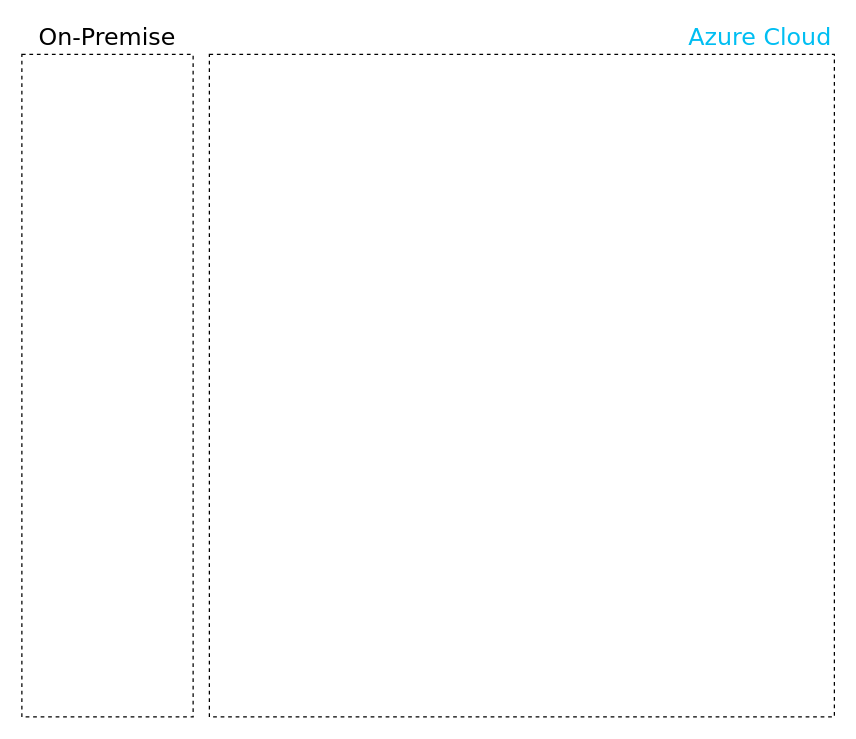
The draw.io diagram Diagrama sem nome.drawio in brunomrusso/big-data-pipeline-ingestion, before the edit. Source tidied: cells renumbered, new cells numbered last; positions are measured from the earlier drawing's top-left corner, leaving out a move shared by most shapes. Both pictures are drawn from the tidied source at 125%, with x=0, y=0 at pixel (21, 54). Pictures stored in the file or linked from it are replaced by grey dashed boxes.
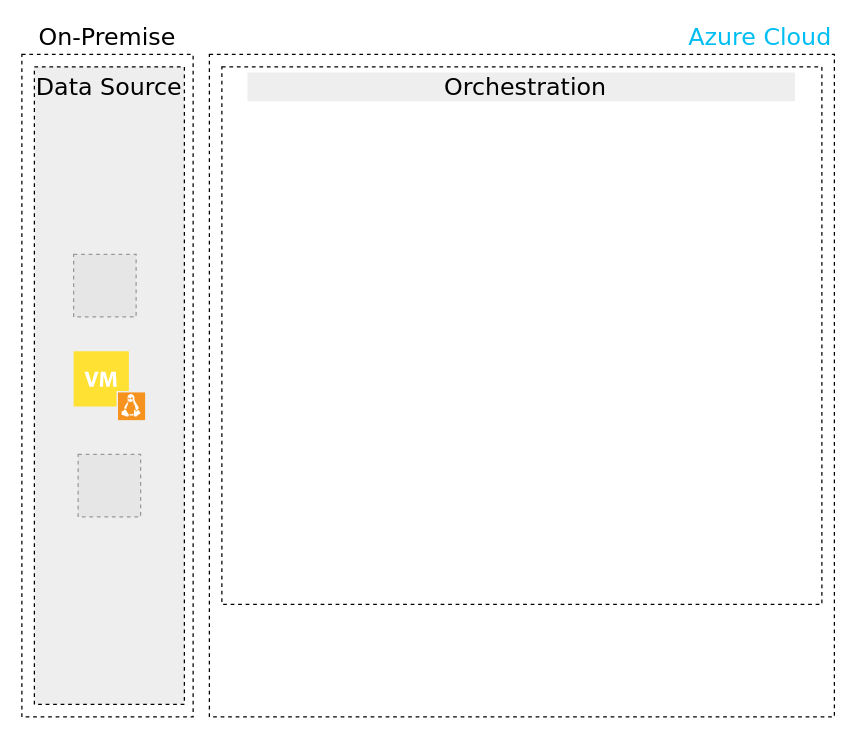
Above is the later version.

Diff of the diagram source:
```diff
@@
 <mxGraphModel>
   <root>
     <mxCell id="0" />
     <mxCell id="1" parent="0" />
     <mxCell id="2" value="On-Premise" style="rounded=0;whiteSpace=wrap;html=1;fontFamily=Verdana;fontSize=19;labelPosition=center;verticalLabelPosition=top;align=center;verticalAlign=bottom;dashed=1;" parent="1" vertex="1">
       <mxGeometry width="137" height="530" as="geometry" />
     </mxCell>
     <mxCell id="3" value="Azure Cloud" style="rounded=0;whiteSpace=wrap;html=1;fontFamily=Verdana;fontSize=19;labelPosition=center;verticalLabelPosition=top;align=right;verticalAlign=bottom;fontColor=#00bef2;dashed=1;" parent="1" vertex="1">
       <mxGeometry x="150" width="500" height="530" as="geometry" />
     </mxCell>
+    <mxCell id="4" value="Data Source" style="rounded=0;whiteSpace=wrap;html=1;fontFamily=Verdana;fontSize=19;labelPosition=center;verticalLabelPosition=top;align=center;verticalAlign=bottom;dashed=1;spacingBottom=-30;fillColor=#eeeeee;" parent="1" vertex="1">
+      <mxGeometry x="10" y="10" width="120" height="510" as="geometry" />
+    </mxCell>
+    <mxCell id="5" style="shadow=0;dashed=0;html=1;strokeColor=none;fillColor=#ffe133;labelPosition=center;verticalLabelPosition=bottom;verticalAlign=top;align=center;shape=mxgraph.veeam.vm_linux;" parent="1" vertex="1">
+      <mxGeometry x="41.4" y="237.4" width="57.2" height="55.2" as="geometry" />
+    </mxCell>
+    <mxCell id="6" style="fillColor=#E6E6E6;strokeColor=#999999;dashed=1;verticalLabelPosition=bottom;labelBackgroundColor=default;verticalAlign=top;" parent="1" vertex="1">
+      <mxGeometry x="41.4" y="160" width="50" height="50" as="geometry" />
+    </mxCell>
+    <mxCell id="7" style="fillColor=#E6E6E6;strokeColor=#999999;dashed=1;html=1;verticalAlign=top;verticalLabelPosition=bottom;labelBackgroundColor=#ffffff;" parent="1" vertex="1">
+      <mxGeometry x="45" y="320" width="50" height="50" as="geometry" />
+    </mxCell>
+    <mxCell id="8" value="&amp;nbsp; &amp;nbsp; &amp;nbsp; &amp;nbsp; &amp;nbsp; &amp;nbsp; &amp;nbsp; &amp;nbsp; &amp;nbsp; &amp;nbsp; &amp;nbsp; &amp;nbsp; &amp;nbsp; Orchestration&amp;nbsp; &amp;nbsp; &amp;nbsp; &amp;nbsp; &amp;nbsp; &amp;nbsp; &amp;nbsp; &amp;nbsp; &amp;nbsp; &amp;nbsp; &amp;nbsp; &amp;nbsp; &amp;nbsp;" style="rounded=0;whiteSpace=wrap;html=1;fontFamily=Verdana;fontSize=19;labelPosition=center;verticalLabelPosition=top;align=center;verticalAlign=bottom;fontColor=#000000;dashed=1;spacingBottom=-30;labelBackgroundColor=#EEEEEE;" parent="1" vertex="1">
+      <mxGeometry x="160" y="10" width="480" height="430" as="geometry" />
+    </mxCell>
   </root>
 </mxGraphModel>
```
